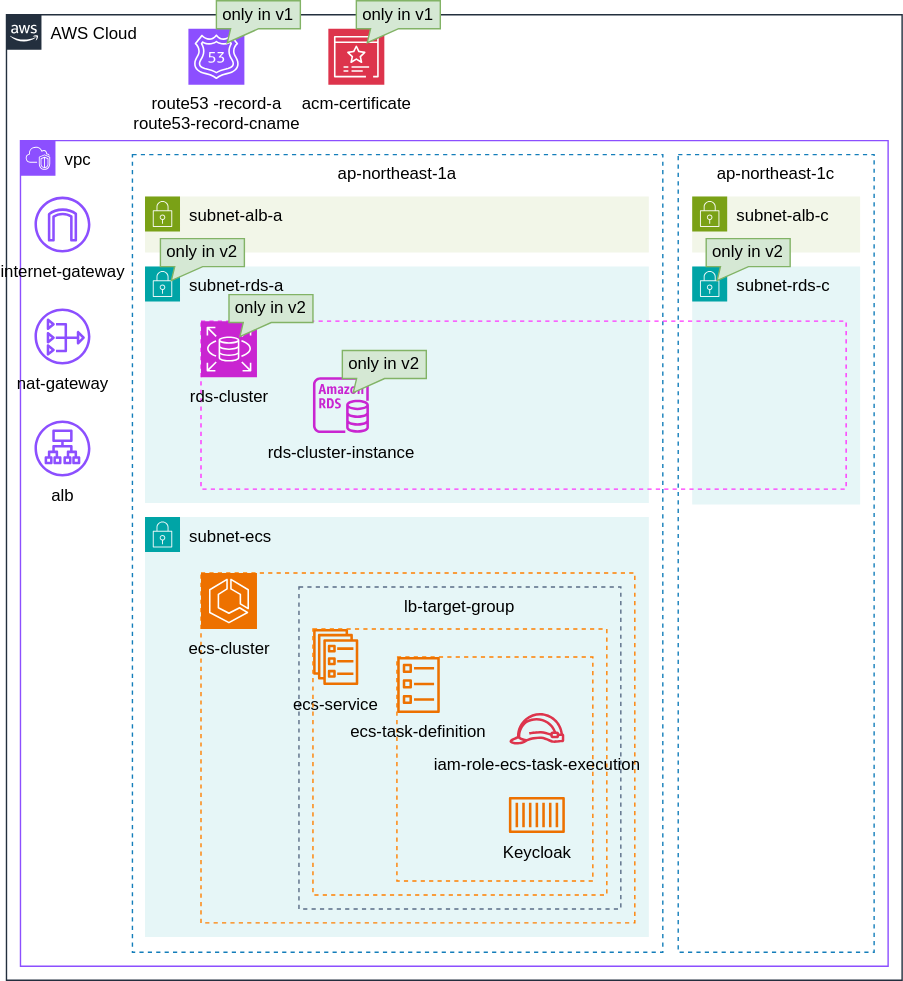
This is AWS/tf-keycloak/tf-keycloak.drawio.svg from cksittech/terraform-templates, a draw.io export, as it was before one commit. Source tidied: cells renumbered, new cells last; positions are measured from the earlier drawing's top-left corner, leaving out a move shared by most shapes.
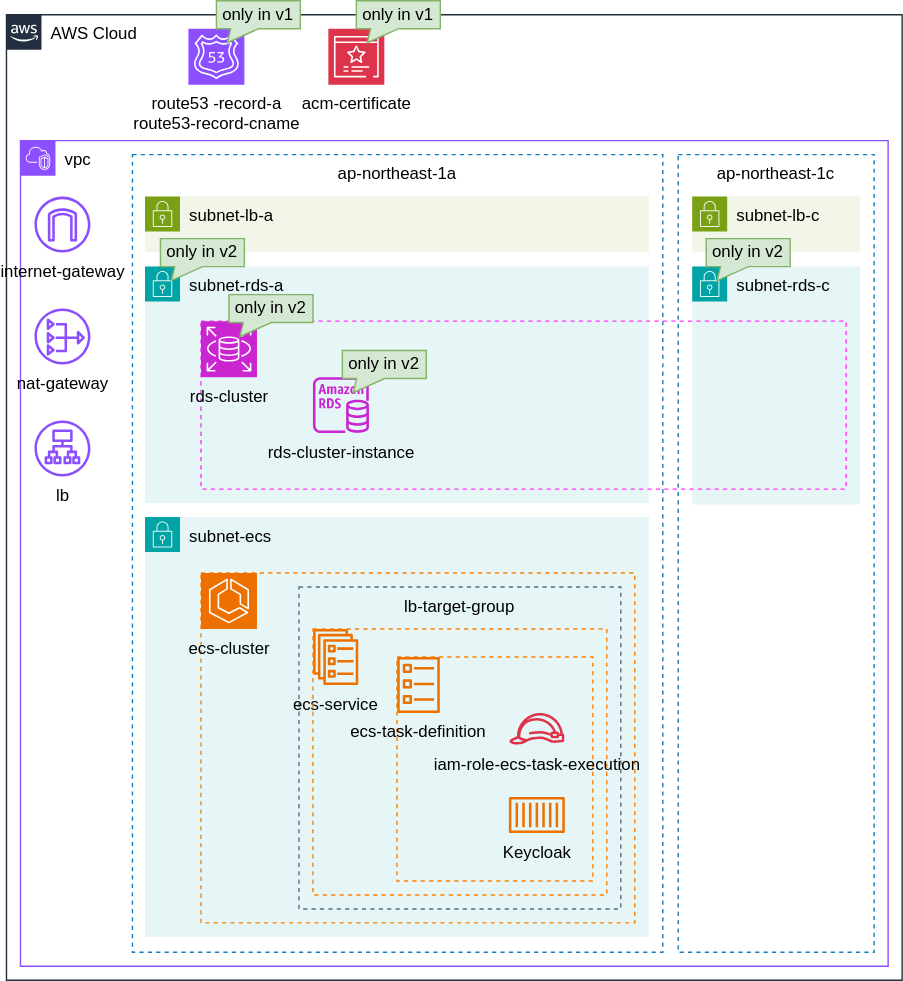
Above is the later version.

Change to the diagram source:
```diff
@@ -20,7 +20,7 @@
     <mxCell id="7" value="&lt;span&gt;&lt;font style=&quot;color: rgb(0, 0, 0);&quot;&gt;nat-gateway&lt;/font&gt;&lt;/span&gt;" style="sketch=0;fontColor=#232F3E;gradientColor=none;fillColor=#8C4FFF;strokeColor=none;dashed=0;verticalLabelPosition=bottom;verticalAlign=top;align=center;html=1;fontSize=12;fontStyle=0;shape=mxgraph.aws4.nat_gateway;" parent="5" vertex="1">
       <mxGeometry x="10" y="120" width="40" height="40" as="geometry" />
     </mxCell>
-    <mxCell id="8" value="&lt;font style=&quot;color: rgb(0, 0, 0);&quot;&gt;alb&lt;/font&gt;" style="sketch=0;fontColor=#232F3E;gradientColor=none;fillColor=#8C4FFF;strokeColor=none;dashed=0;verticalLabelPosition=bottom;verticalAlign=top;align=center;html=1;fontSize=12;fontStyle=0;shape=mxgraph.aws4.application_load_balancer;" parent="5" vertex="1">
+    <mxCell id="8" value="&lt;font style=&quot;color: rgb(0, 0, 0);&quot;&gt;lb&lt;/font&gt;" style="sketch=0;fontColor=#232F3E;gradientColor=none;fillColor=#8C4FFF;strokeColor=none;dashed=0;verticalLabelPosition=bottom;verticalAlign=top;align=center;html=1;fontSize=12;fontStyle=0;shape=mxgraph.aws4.application_load_balancer;" parent="5" vertex="1">
       <mxGeometry x="10" y="200" width="40" height="40" as="geometry" />
     </mxCell>
     <mxCell id="9" value="ap-northeast-1c" style="fillColor=none;strokeColor=#147EBA;dashed=1;verticalAlign=top;fontStyle=0;fontColor=#000000;whiteSpace=wrap;html=1;" parent="5" vertex="1">
@@ -44,10 +44,10 @@
     <mxCell id="15" value="rds-cluster-instance" style="sketch=0;fontColor=#000000;gradientColor=none;fillColor=#C925D1;strokeColor=none;dashed=0;verticalLabelPosition=bottom;verticalAlign=top;align=center;html=1;fontSize=12;fontStyle=0;shape=mxgraph.aws4.rds_instance;" parent="5" vertex="1">
       <mxGeometry x="209" y="169" width="40" height="40" as="geometry" />
     </mxCell>
-    <mxCell id="16" value="subnet-alb-c" style="gradientColor=none;html=1;whiteSpace=wrap;fontSize=12;fontStyle=0;shape=mxgraph.aws4.group;grIcon=mxgraph.aws4.group_security_group;grStroke=0;strokeColor=#7AA116;fillColor=#F2F6E8;verticalAlign=top;align=left;spacingLeft=30;fontColor=#000000;dashed=0;" parent="5" vertex="1">
+    <mxCell id="16" value="subnet-lb-c" style="gradientColor=none;html=1;whiteSpace=wrap;fontSize=12;fontStyle=0;shape=mxgraph.aws4.group;grIcon=mxgraph.aws4.group_security_group;grStroke=0;strokeColor=#7AA116;fillColor=#F2F6E8;verticalAlign=top;align=left;spacingLeft=30;fontColor=#000000;dashed=0;" parent="5" vertex="1">
       <mxGeometry x="480" y="40" width="120" height="40" as="geometry" />
     </mxCell>
-    <mxCell id="17" value="subnet-alb-a" style="gradientColor=none;html=1;whiteSpace=wrap;fontSize=12;fontStyle=0;shape=mxgraph.aws4.group;grIcon=mxgraph.aws4.group_security_group;grStroke=0;strokeColor=#7AA116;fillColor=#F2F6E8;verticalAlign=top;align=left;spacingLeft=30;fontColor=#000000;dashed=0;" parent="5" vertex="1">
+    <mxCell id="17" value="subnet-lb-a" style="gradientColor=none;html=1;whiteSpace=wrap;fontSize=12;fontStyle=0;shape=mxgraph.aws4.group;grIcon=mxgraph.aws4.group_security_group;grStroke=0;strokeColor=#7AA116;fillColor=#F2F6E8;verticalAlign=top;align=left;spacingLeft=30;fontColor=#000000;dashed=0;" parent="5" vertex="1">
       <mxGeometry x="89" y="40" width="360" height="40" as="geometry" />
     </mxCell>
     <mxCell id="18" value="subnet-ecs" style="gradientColor=none;html=1;whiteSpace=wrap;fontSize=12;fontStyle=0;shape=mxgraph.aws4.group;grIcon=mxgraph.aws4.group_security_group;grStroke=0;strokeColor=#00A4A6;fillColor=#E6F6F7;verticalAlign=top;align=left;spacingLeft=30;fontColor=#000000;dashed=0;" parent="5" vertex="1">
```
